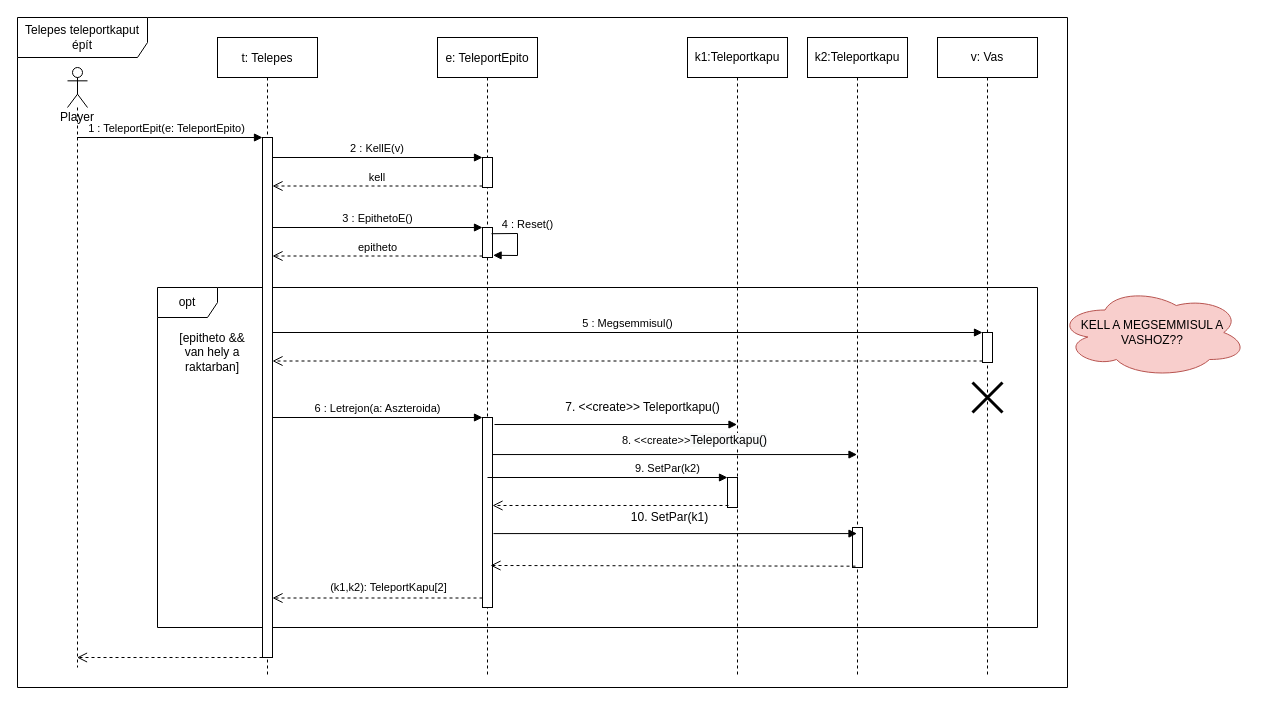
Earlier version of the draw.io diagram doc/szekvencia/szek_UJ_TelepesKaputEpit.drawio (torpeBoiGo/aszteroidabanyaszat). Source tidied: cells renumbered, new cells numbered last; positions are measured from the earlier drawing's top-left corner, leaving out a move shared by most shapes. Both pictures are drawn from the tidied source at 100%, with x=0, y=0 at pixel (17, 17).
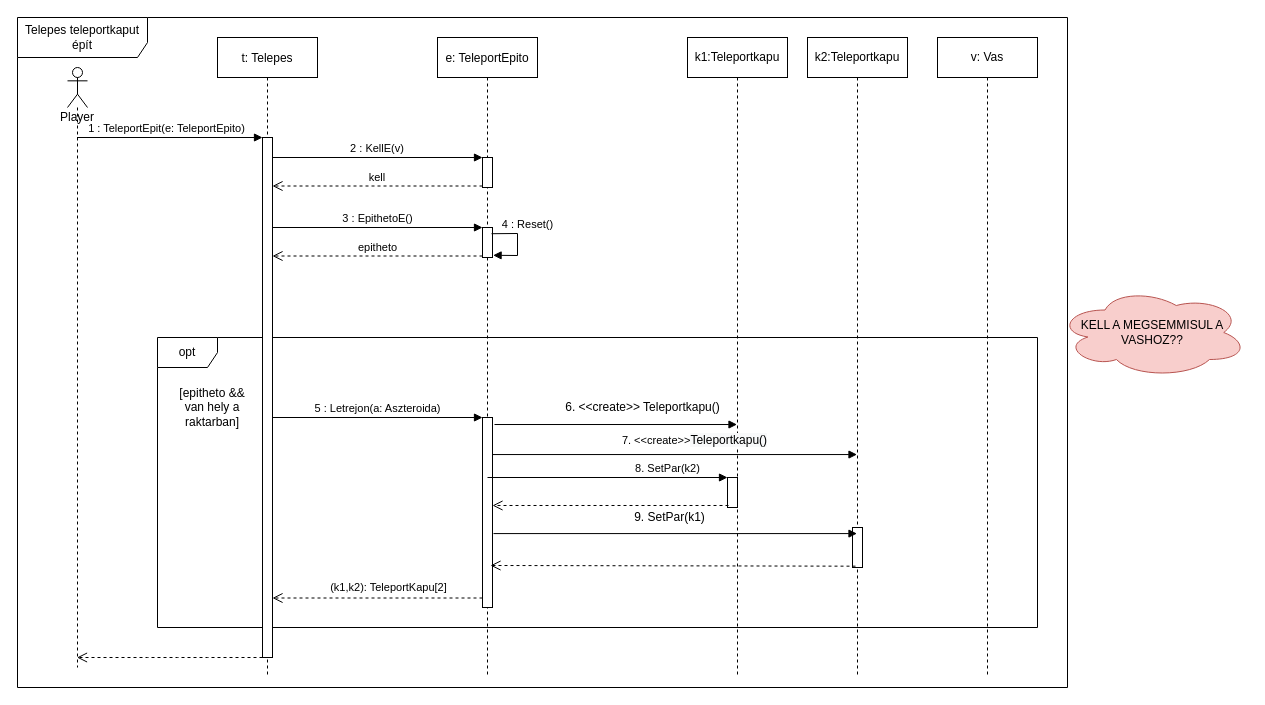
After the change.

The change refers to these unchanged cells:
```xml
<mxCell id="6" style="html=1;points=[];perimeter=orthogonalPerimeter;" parent="5" vertex="1">
  <mxGeometry x="45" y="100" width="10" height="520" as="geometry" />
</mxCell>
<mxCell id="10" style="html=1;points=[];perimeter=orthogonalPerimeter;" parent="7" vertex="1">
  <mxGeometry x="45" y="380" width="10" height="190" as="geometry" />
</mxCell>
<mxCell id="23" value="k2:Teleportkapu" style="shape=umlLifeline;perimeter=lifelinePerimeter;whiteSpace=wrap;html=1;outlineConnect=0;" parent="1" vertex="1">
  <mxGeometry x="790" y="20" width="100" height="640" as="geometry" />
</mxCell>
<mxCell id="34" value="v: Vas" style="shape=umlLifeline;perimeter=lifelinePerimeter;whiteSpace=wrap;html=1;" parent="1" vertex="1">
  <mxGeometry x="920" y="20" width="100" height="640" as="geometry" />
</mxCell>
```

Change to the diagram source:
```diff
@@
     <mxCell id="3" value="opt" style="shape=umlFrame;whiteSpace=wrap;html=1;" parent="1" vertex="1">
-      <mxGeometry x="140" y="270" width="880" height="340" as="geometry" />
+      <mxGeometry x="140" y="320" width="880" height="290" as="geometry" />
     </mxCell>
@@
     <mxCell id="14" value="[epitheto &amp;amp;&amp;amp; van hely a raktarban]" style="text;html=1;strokeColor=none;fillColor=none;align=center;verticalAlign=middle;whiteSpace=wrap;rounded=0;" parent="1" vertex="1">
-      <mxGeometry x="150" y="325" width="90" height="20" as="geometry" />
+      <mxGeometry x="150" y="380" width="90" height="20" as="geometry" />
     </mxCell>
@@
-    <mxCell id="18" value="6 : Letrejon(a: Aszteroida)" style="html=1;verticalAlign=bottom;endArrow=block;entryX=0;entryY=0;" parent="1" edge="1" source="6" target="10">
+    <mxCell id="18" value="5 : Letrejon(a: Aszteroida)" style="html=1;verticalAlign=bottom;endArrow=block;entryX=0;entryY=0;" parent="1" edge="1" source="6" target="10">
       <mxGeometry relative="1" as="geometry" />
     </mxCell>
@@
-    <mxCell id="26" value="9. SetPar(k2)" style="html=1;verticalAlign=bottom;endArrow=block;exitX=1.1;exitY=0.611;exitDx=0;exitDy=0;exitPerimeter=0;" parent="1" edge="1" source="10" target="23">
+    <mxCell id="26" value="8. SetPar(k2)" style="html=1;verticalAlign=bottom;endArrow=block;exitX=1.1;exitY=0.611;exitDx=0;exitDy=0;exitPerimeter=0;" parent="1" edge="1" source="10" target="23">
       <mxGeometry x="-0.04" y="56" relative="1" as="geometry" />
     </mxCell>
-    <mxCell id="27" value="10. SetPar(k1)" style="text;html=1;align=center;verticalAlign=middle;" parent="1" vertex="1">
+    <mxCell id="27" value="9. SetPar(k1)" style="text;html=1;align=center;verticalAlign=middle;" parent="1" vertex="1">
       <mxGeometry x="607" y="490" width="90" height="20" as="geometry" />
     </mxCell>
@@
-    <mxCell id="29" value="8. &amp;lt;&amp;lt;create&amp;gt;&amp;gt;&lt;span style=&quot;font-size: 12px ; background-color: rgb(248 , 249 , 250)&quot;&gt;Teleportkapu()&lt;/span&gt;" style="html=1;verticalAlign=bottom;endArrow=block;exitX=1;exitY=0.195;exitDx=0;exitDy=0;exitPerimeter=0;" parent="1" edge="1" source="10" target="23">
+    <mxCell id="29" value="7. &amp;lt;&amp;lt;create&amp;gt;&amp;gt;&lt;span style=&quot;font-size: 12px ; background-color: rgb(248 , 249 , 250)&quot;&gt;Teleportkapu()&lt;/span&gt;" style="html=1;verticalAlign=bottom;endArrow=block;exitX=1;exitY=0.195;exitDx=0;exitDy=0;exitPerimeter=0;" parent="1" edge="1" source="10" target="23">
       <mxGeometry x="0.11" y="5" relative="1" as="geometry" />
     </mxCell>
@@
-    <mxCell id="33" value="7. &amp;lt;&amp;lt;create&amp;gt;&amp;gt; Teleportkapu()" style="text;html=1;align=center;verticalAlign=middle;" parent="1" vertex="1">
+    <mxCell id="33" value="6. &amp;lt;&amp;lt;create&amp;gt;&amp;gt; Teleportkapu()" style="text;html=1;align=center;verticalAlign=middle;" parent="1" vertex="1">
       <mxGeometry x="540" y="380" width="170" height="20" as="geometry" />
     </mxCell>
@@
-    <mxCell id="35" style="html=1;points=[];perimeter=orthogonalPerimeter;" parent="34" vertex="1">
-      <mxGeometry x="45" y="295" width="10" height="30" as="geometry" />
-    </mxCell>
-    <mxCell id="36" style="shape=umlDestroy;whiteSpace=wrap;html=1;strokeWidth=3;" parent="34" vertex="1">
-      <mxGeometry x="35" y="345" width="30" height="30" as="geometry" />
-    </mxCell>
-    <mxCell id="37" value="5 : Megsemmisul()" style="html=1;verticalAlign=bottom;endArrow=block;entryX=0;entryY=0;" parent="1" edge="1" source="6" target="35">
-      <mxGeometry relative="1" as="geometry" />
-    </mxCell>
-    <mxCell id="38" style="html=1;verticalAlign=bottom;endArrow=open;dashed=1;endSize=8;exitX=0;exitY=0.95;" parent="1" edge="1" source="35" target="6">
-      <mxGeometry relative="1" as="geometry" />
-    </mxCell>
```
